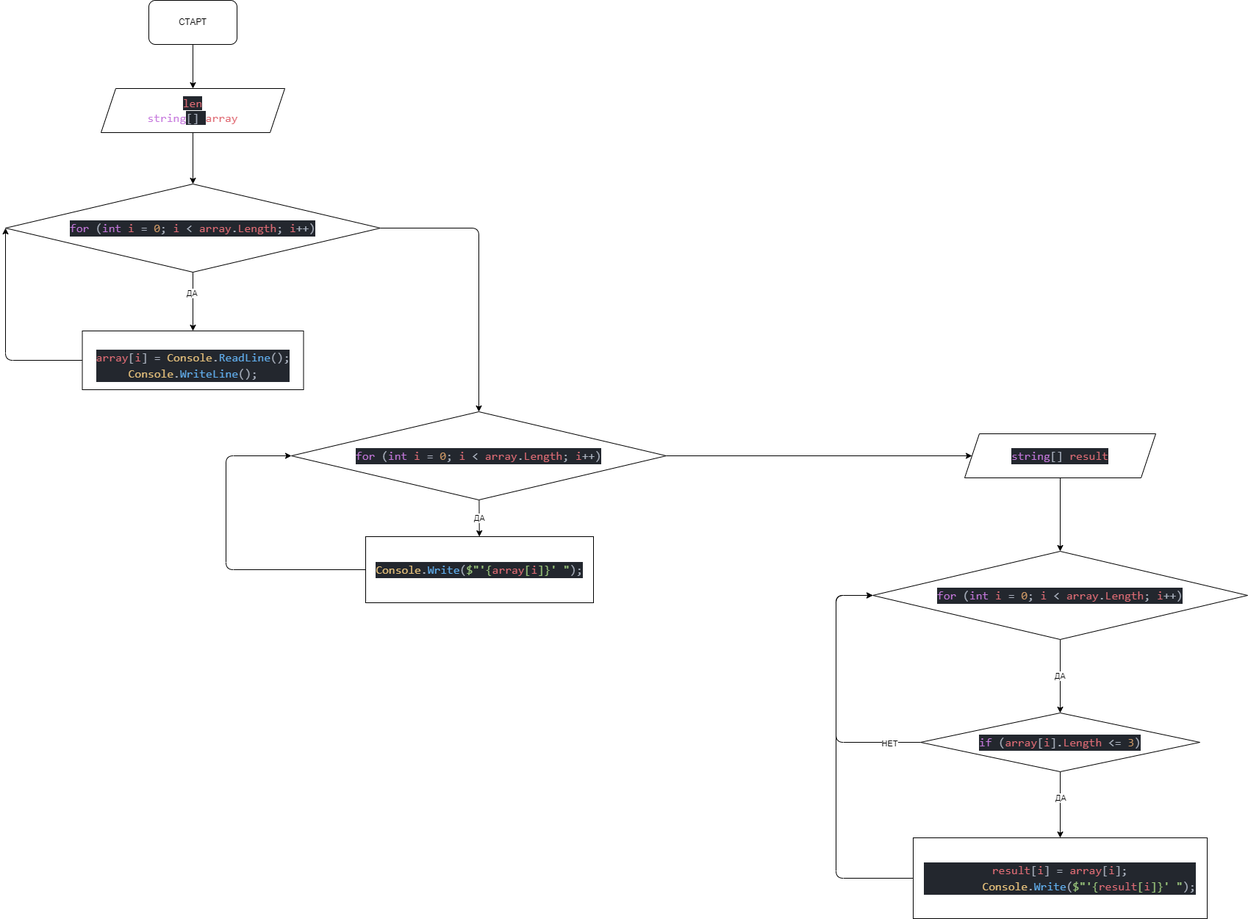
newpaperru/SpecialTask keeps this draw.io diagram as task.drawio.png. Above is the earlier version. Source tidied: cells renumbered, new cells last; positions are measured from the earlier drawing's top-left corner, leaving out a move shared by most shapes.
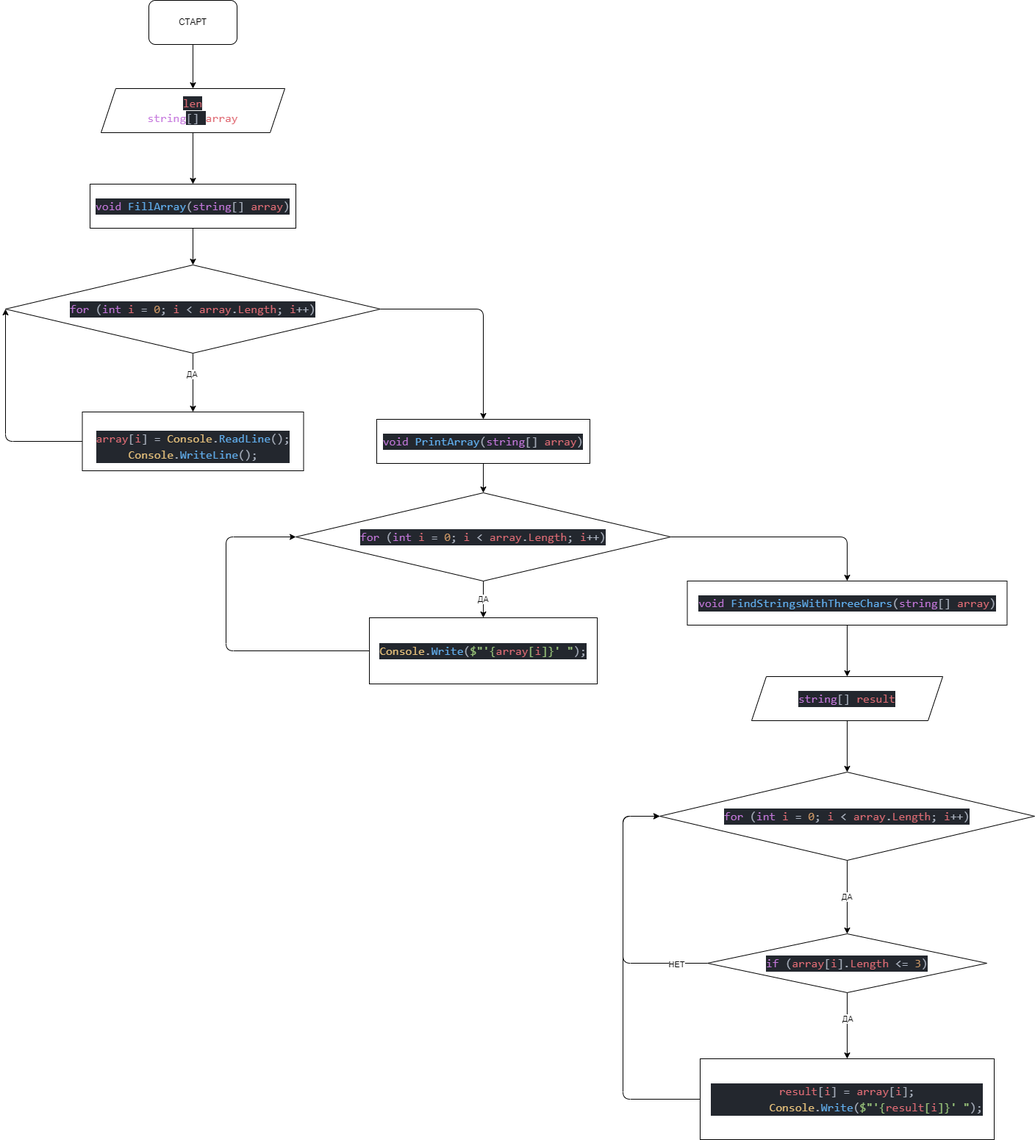
After the change.

Commit message:
Обновил блок-схему

Diff of the diagram source:
```diff
@@ -19,32 +19,36 @@
     <mxCell id="6" style="edgeStyle=none;html=1;entryX=0;entryY=0.5;entryDx=0;entryDy=0;" parent="1" edge="1" source="7" target="16">
       <mxGeometry relative="1" as="geometry">
         <Array as="points">
-          <mxPoint y="490" />
+          <mxPoint y="600" />
         </Array>
       </mxGeometry>
     </mxCell>
     <mxCell id="7" value="&lt;br&gt;&lt;br&gt;&lt;div style=&quot;color: rgb(171 , 178 , 191) ; background-color: rgb(35 , 39 , 46) ; font-family: &amp;#34;consolas&amp;#34; , &amp;#34;courier new&amp;#34; , monospace ; font-weight: normal ; font-size: 16px ; line-height: 22px&quot;&gt;&lt;div&gt;&lt;span style=&quot;color: #e06c75&quot;&gt;array&lt;/span&gt;&lt;span style=&quot;color: #abb2bf&quot;&gt;[&lt;/span&gt;&lt;span style=&quot;color: #e06c75&quot;&gt;i&lt;/span&gt;&lt;span style=&quot;color: #abb2bf&quot;&gt;] &lt;/span&gt;&lt;span style=&quot;color: #abb2bf&quot;&gt;=&lt;/span&gt;&lt;span style=&quot;color: #abb2bf&quot;&gt; &lt;/span&gt;&lt;span style=&quot;color: #e5c07b&quot;&gt;Console&lt;/span&gt;&lt;span style=&quot;color: #abb2bf&quot;&gt;.&lt;/span&gt;&lt;span style=&quot;color: #61afef&quot;&gt;ReadLine&lt;/span&gt;&lt;span style=&quot;color: #abb2bf&quot;&gt;();&lt;/span&gt;&lt;/div&gt;&lt;div&gt;&lt;div style=&quot;font-family: &amp;#34;consolas&amp;#34; , &amp;#34;courier new&amp;#34; , monospace ; line-height: 22px&quot;&gt;&lt;span style=&quot;color: #e5c07b&quot;&gt;Console&lt;/span&gt;.&lt;span style=&quot;color: #61afef&quot;&gt;WriteLine&lt;/span&gt;();&lt;/div&gt;&lt;/div&gt;&lt;/div&gt;&lt;br&gt;" style="rounded=0;whiteSpace=wrap;html=1;" parent="1" vertex="1">
-      <mxGeometry x="104.5" y="450" width="301" height="80" as="geometry" />
+      <mxGeometry x="104.5" y="560" width="301" height="80" as="geometry" />
     </mxCell>
     <mxCell id="8" value="ДА" style="edgeStyle=none;html=1;" parent="1" edge="1" source="10" target="12">
       <mxGeometry relative="1" as="geometry" />
     </mxCell>
-    <mxCell id="9" style="edgeStyle=none;html=1;entryX=0;entryY=0.5;entryDx=0;entryDy=0;" parent="1" edge="1" source="10" target="18">
-      <mxGeometry relative="1" as="geometry" />
+    <mxCell id="9" style="edgeStyle=none;html=1;entryX=0.5;entryY=0;entryDx=0;entryDy=0;exitX=1;exitY=0.5;exitDx=0;exitDy=0;" parent="1" edge="1" source="10" target="33">
+      <mxGeometry relative="1" as="geometry">
+        <Array as="points">
+          <mxPoint x="1145" y="730" />
+        </Array>
+      </mxGeometry>
     </mxCell>
     <mxCell id="10" value="&lt;div style=&quot;color: rgb(171 , 178 , 191) ; background-color: rgb(35 , 39 , 46) ; font-family: &amp;#34;consolas&amp;#34; , &amp;#34;courier new&amp;#34; , monospace ; font-size: 16px ; line-height: 22px&quot;&gt;&lt;span style=&quot;color: #c678dd&quot;&gt;for&lt;/span&gt; (&lt;span style=&quot;color: #c678dd&quot;&gt;int&lt;/span&gt; &lt;span style=&quot;color: #e06c75&quot;&gt;i&lt;/span&gt; = &lt;span style=&quot;color: #d19a66&quot;&gt;0&lt;/span&gt;; &lt;span style=&quot;color: #e06c75&quot;&gt;i&lt;/span&gt; &amp;lt; &lt;span style=&quot;color: #e06c75&quot;&gt;array&lt;/span&gt;.&lt;span style=&quot;color: #e06c75&quot;&gt;Length&lt;/span&gt;; &lt;span style=&quot;color: #e06c75&quot;&gt;i&lt;/span&gt;++)&lt;/div&gt;" style="rhombus;whiteSpace=wrap;html=1;rounded=0;" parent="1" vertex="1">
-      <mxGeometry x="389" y="560" width="510" height="120" as="geometry" />
+      <mxGeometry x="395" y="670" width="510" height="120" as="geometry" />
     </mxCell>
     <mxCell id="11" style="edgeStyle=none;html=1;entryX=0;entryY=0.5;entryDx=0;entryDy=0;" parent="1" edge="1" source="12" target="10">
       <mxGeometry relative="1" as="geometry">
         <Array as="points">
-          <mxPoint x="300" y="775" />
-          <mxPoint x="300" y="620" />
+          <mxPoint x="300" y="885" />
+          <mxPoint x="300" y="730" />
         </Array>
       </mxGeometry>
     </mxCell>
     <mxCell id="12" value="&lt;div style=&quot;color: rgb(171 , 178 , 191) ; background-color: rgb(35 , 39 , 46) ; font-family: &amp;#34;consolas&amp;#34; , &amp;#34;courier new&amp;#34; , monospace ; font-size: 16px ; line-height: 22px&quot;&gt;&lt;span style=&quot;color: #e5c07b&quot;&gt;Console&lt;/span&gt;.&lt;span style=&quot;color: #61afef&quot;&gt;Write&lt;/span&gt;(&lt;span style=&quot;color: #98c379&quot;&gt;$&quot;&lt;/span&gt;&lt;span style=&quot;color: #98c379&quot;&gt;'&lt;/span&gt;&lt;span style=&quot;color: #98c379&quot;&gt;{&lt;/span&gt;&lt;span style=&quot;color: #e06c75&quot;&gt;array&lt;/span&gt;&lt;span style=&quot;color: #98c379&quot;&gt;[&lt;/span&gt;&lt;span style=&quot;color: #e06c75&quot;&gt;i&lt;/span&gt;&lt;span style=&quot;color: #98c379&quot;&gt;]}&lt;/span&gt;&lt;span style=&quot;color: #98c379&quot;&gt;' &lt;/span&gt;&lt;span style=&quot;color: #98c379&quot;&gt;&quot;&lt;/span&gt;);&lt;/div&gt;" style="whiteSpace=wrap;html=1;rounded=0;" parent="1" vertex="1">
-      <mxGeometry x="490" y="730" width="310" height="90" as="geometry" />
+      <mxGeometry x="495" y="840" width="310" height="90" as="geometry" />
     </mxCell>
     <mxCell id="13" style="edgeStyle=none;html=1;entryX=0.5;entryY=0;entryDx=0;entryDy=0;" parent="1" edge="1" source="16" target="7">
       <mxGeometry relative="1" as="geometry" />
@@ -52,27 +56,28 @@
     <mxCell id="14" value="ДА" style="edgeLabel;html=1;align=center;verticalAlign=middle;" parent="13" vertex="1">
       <mxGeometry x="-0.3" y="-2" relative="1" as="geometry" />
     </mxCell>
-    <mxCell id="15" style="edgeStyle=none;html=1;entryX=0.5;entryY=0;entryDx=0;entryDy=0;" parent="1" edge="1" source="16" target="10">
+    <mxCell id="15" style="edgeStyle=none;html=1;" parent="1" edge="1" source="16">
       <mxGeometry relative="1" as="geometry">
+        <mxPoint x="650" y="570" as="targetPoint" />
         <Array as="points">
-          <mxPoint x="644" y="310" />
+          <mxPoint x="650" y="420" />
         </Array>
       </mxGeometry>
     </mxCell>
     <mxCell id="16" value="&lt;div style=&quot;color: rgb(171 , 178 , 191) ; background-color: rgb(35 , 39 , 46) ; font-family: &amp;#34;consolas&amp;#34; , &amp;#34;courier new&amp;#34; , monospace ; font-size: 16px ; line-height: 22px&quot;&gt;&lt;span style=&quot;color: #c678dd&quot;&gt;for&lt;/span&gt; (&lt;span style=&quot;color: #c678dd&quot;&gt;int&lt;/span&gt; &lt;span style=&quot;color: #e06c75&quot;&gt;i&lt;/span&gt; = &lt;span style=&quot;color: #d19a66&quot;&gt;0&lt;/span&gt;; &lt;span style=&quot;color: #e06c75&quot;&gt;i&lt;/span&gt; &amp;lt; &lt;span style=&quot;color: #e06c75&quot;&gt;array&lt;/span&gt;.&lt;span style=&quot;color: #e06c75&quot;&gt;Length&lt;/span&gt;; &lt;span style=&quot;color: #e06c75&quot;&gt;i&lt;/span&gt;++)&lt;/div&gt;" style="rhombus;whiteSpace=wrap;html=1;rounded=0;" parent="1" vertex="1">
-      <mxGeometry y="250" width="510" height="120" as="geometry" />
+      <mxGeometry y="360" width="510" height="120" as="geometry" />
     </mxCell>
     <mxCell id="17" style="edgeStyle=none;html=1;entryX=0.5;entryY=0;entryDx=0;entryDy=0;" parent="1" edge="1" source="18" target="20">
       <mxGeometry relative="1" as="geometry" />
     </mxCell>
     <mxCell id="18" value="&lt;div style=&quot;color: rgb(171 , 178 , 191) ; background-color: rgb(35 , 39 , 46) ; font-family: &amp;#34;consolas&amp;#34; , &amp;#34;courier new&amp;#34; , monospace ; font-size: 16px ; line-height: 22px&quot;&gt;&lt;span style=&quot;color: #c678dd&quot;&gt;string&lt;/span&gt;[] &lt;span style=&quot;color: #e06c75&quot;&gt;result&lt;/span&gt;&lt;/div&gt;" style="shape=parallelogram;perimeter=parallelogramPerimeter;whiteSpace=wrap;html=1;fixedSize=1;" parent="1" vertex="1">
-      <mxGeometry x="1305" y="590" width="260" height="60" as="geometry" />
+      <mxGeometry x="1015" y="920" width="260" height="60" as="geometry" />
     </mxCell>
     <mxCell id="19" value="ДА&lt;br&gt;" style="edgeStyle=none;html=1;" parent="1" edge="1" source="20" target="25">
       <mxGeometry relative="1" as="geometry" />
     </mxCell>
     <mxCell id="20" value="&lt;div style=&quot;color: rgb(171 , 178 , 191) ; background-color: rgb(35 , 39 , 46) ; font-family: &amp;#34;consolas&amp;#34; , &amp;#34;courier new&amp;#34; , monospace ; font-size: 16px ; line-height: 22px&quot;&gt;&lt;span style=&quot;color: #c678dd&quot;&gt;for&lt;/span&gt; (&lt;span style=&quot;color: #c678dd&quot;&gt;int&lt;/span&gt; &lt;span style=&quot;color: #e06c75&quot;&gt;i&lt;/span&gt; = &lt;span style=&quot;color: #d19a66&quot;&gt;0&lt;/span&gt;; &lt;span style=&quot;color: #e06c75&quot;&gt;i&lt;/span&gt; &amp;lt; &lt;span style=&quot;color: #e06c75&quot;&gt;array&lt;/span&gt;.&lt;span style=&quot;color: #e06c75&quot;&gt;Length&lt;/span&gt;; &lt;span style=&quot;color: #e06c75&quot;&gt;i&lt;/span&gt;++)&lt;/div&gt;" style="rhombus;whiteSpace=wrap;html=1;rounded=0;" parent="1" vertex="1">
-      <mxGeometry x="1180" y="750" width="510" height="120" as="geometry" />
+      <mxGeometry x="890" y="1050" width="510" height="120" as="geometry" />
     </mxCell>
     <mxCell id="21" style="edgeStyle=none;html=1;" parent="1" edge="1" source="25" target="27">
       <mxGeometry relative="1" as="geometry" />
@@ -83,8 +88,8 @@
     <mxCell id="23" style="edgeStyle=none;html=1;entryX=0;entryY=0.5;entryDx=0;entryDy=0;exitX=0;exitY=0.5;exitDx=0;exitDy=0;" parent="1" edge="1" source="25" target="20">
       <mxGeometry relative="1" as="geometry">
         <Array as="points">
-          <mxPoint x="1130" y="1010" />
-          <mxPoint x="1130" y="810" />
+          <mxPoint x="840" y="1310" />
+          <mxPoint x="840" y="1110" />
         </Array>
       </mxGeometry>
     </mxCell>
@@ -92,18 +97,36 @@
       <mxGeometry x="-0.76" y="1" relative="1" as="geometry" />
     </mxCell>
     <mxCell id="25" value="&#10;&#10;&lt;div style=&quot;color: rgb(171, 178, 191); background-color: rgb(35, 39, 46); font-family: consolas, &amp;quot;courier new&amp;quot;, monospace; font-weight: normal; font-size: 16px; line-height: 22px;&quot;&gt;&lt;div&gt;&lt;span style=&quot;color: #c678dd&quot;&gt;if&lt;/span&gt;&lt;span style=&quot;color: #abb2bf&quot;&gt; (&lt;/span&gt;&lt;span style=&quot;color: #e06c75&quot;&gt;array&lt;/span&gt;&lt;span style=&quot;color: #abb2bf&quot;&gt;[&lt;/span&gt;&lt;span style=&quot;color: #e06c75&quot;&gt;i&lt;/span&gt;&lt;span style=&quot;color: #abb2bf&quot;&gt;]&lt;/span&gt;&lt;span style=&quot;color: #abb2bf&quot;&gt;.&lt;/span&gt;&lt;span style=&quot;color: #e06c75&quot;&gt;Length&lt;/span&gt;&lt;span style=&quot;color: #abb2bf&quot;&gt; &lt;/span&gt;&lt;span style=&quot;color: #abb2bf&quot;&gt;&amp;lt;=&lt;/span&gt;&lt;span style=&quot;color: #abb2bf&quot;&gt; &lt;/span&gt;&lt;span style=&quot;color: #d19a66&quot;&gt;3&lt;/span&gt;&lt;span style=&quot;color: #abb2bf&quot;&gt;)&lt;/span&gt;&lt;/div&gt;&lt;/div&gt;&#10;&#10;" style="rhombus;whiteSpace=wrap;html=1;rounded=0;" parent="1" vertex="1">
-      <mxGeometry x="1245" y="970" width="380" height="80" as="geometry" />
+      <mxGeometry x="955" y="1270" width="380" height="80" as="geometry" />
     </mxCell>
     <mxCell id="26" style="edgeStyle=none;html=1;entryX=0;entryY=0.5;entryDx=0;entryDy=0;exitX=0;exitY=0.5;exitDx=0;exitDy=0;" parent="1" edge="1" source="27" target="20">
       <mxGeometry relative="1" as="geometry">
         <Array as="points">
-          <mxPoint x="1130" y="1195" />
-          <mxPoint x="1130" y="810" />
+          <mxPoint x="840" y="1495" />
+          <mxPoint x="840" y="1110" />
         </Array>
       </mxGeometry>
     </mxCell>
     <mxCell id="27" value="&lt;div style=&quot;color: rgb(171 , 178 , 191) ; background-color: rgb(35 , 39 , 46) ; font-family: &amp;#34;consolas&amp;#34; , &amp;#34;courier new&amp;#34; , monospace ; font-size: 16px ; line-height: 22px&quot;&gt;&lt;div&gt;&lt;span style=&quot;color: #e06c75&quot;&gt;result&lt;/span&gt;[&lt;span style=&quot;color: #e06c75&quot;&gt;i&lt;/span&gt;] = &lt;span style=&quot;color: #e06c75&quot;&gt;array&lt;/span&gt;[&lt;span style=&quot;color: #e06c75&quot;&gt;i&lt;/span&gt;];&lt;/div&gt;&lt;div&gt;&amp;nbsp; &amp;nbsp; &amp;nbsp; &amp;nbsp; &amp;nbsp;&lt;span style=&quot;color: #e5c07b&quot;&gt;Console&lt;/span&gt;.&lt;span style=&quot;color: #61afef&quot;&gt;Write&lt;/span&gt;(&lt;span style=&quot;color: #98c379&quot;&gt;$&quot;&lt;/span&gt;&lt;span style=&quot;color: #98c379&quot;&gt;'&lt;/span&gt;&lt;span style=&quot;color: #98c379&quot;&gt;{&lt;/span&gt;&lt;span style=&quot;color: #e06c75&quot;&gt;result&lt;/span&gt;&lt;span style=&quot;color: #98c379&quot;&gt;[&lt;/span&gt;&lt;span style=&quot;color: #e06c75&quot;&gt;i&lt;/span&gt;&lt;span style=&quot;color: #98c379&quot;&gt;]}&lt;/span&gt;&lt;span style=&quot;color: #98c379&quot;&gt;' &lt;/span&gt;&lt;span style=&quot;color: #98c379&quot;&gt;&quot;&lt;/span&gt;);&lt;/div&gt;&lt;/div&gt;" style="whiteSpace=wrap;html=1;rounded=0;" parent="1" vertex="1">
-      <mxGeometry x="1235" y="1140" width="400" height="110" as="geometry" />
+      <mxGeometry x="945" y="1440" width="400" height="110" as="geometry" />
     </mxCell>
+    <mxCell id="28" style="edgeStyle=none;html=1;entryX=0.5;entryY=0;entryDx=0;entryDy=0;" parent="1" edge="1" source="29" target="16">
+      <mxGeometry relative="1" as="geometry" />
+    </mxCell>
+    <mxCell id="29" value="&lt;div style=&quot;color: rgb(171 , 178 , 191) ; background-color: rgb(35 , 39 , 46) ; font-family: &amp;#34;consolas&amp;#34; , &amp;#34;courier new&amp;#34; , monospace ; font-size: 16px ; line-height: 22px&quot;&gt;&lt;span style=&quot;color: #c678dd&quot;&gt;void&lt;/span&gt; &lt;span style=&quot;color: #61afef&quot;&gt;FillArray&lt;/span&gt;(&lt;span style=&quot;color: #c678dd&quot;&gt;string&lt;/span&gt;[] &lt;span style=&quot;color: #e06c75&quot;&gt;array&lt;/span&gt;)&lt;/div&gt;" style="rounded=0;whiteSpace=wrap;html=1;" parent="1" vertex="1">
+      <mxGeometry x="115" y="250" width="280" height="60" as="geometry" />
+    </mxCell>
+    <mxCell id="30" style="edgeStyle=none;html=1;entryX=0.5;entryY=0;entryDx=0;entryDy=0;" parent="1" edge="1" source="31" target="10">
+      <mxGeometry relative="1" as="geometry" />
+    </mxCell>
+    <mxCell id="31" value="&lt;div style=&quot;color: rgb(171 , 178 , 191) ; background-color: rgb(35 , 39 , 46) ; font-family: &amp;#34;consolas&amp;#34; , &amp;#34;courier new&amp;#34; , monospace ; font-size: 16px ; line-height: 22px&quot;&gt;&lt;span style=&quot;color: #c678dd&quot;&gt;void&lt;/span&gt; &lt;span style=&quot;color: #61afef&quot;&gt;PrintArray&lt;/span&gt;(&lt;span style=&quot;color: #c678dd&quot;&gt;string&lt;/span&gt;[] &lt;span style=&quot;color: #e06c75&quot;&gt;array&lt;/span&gt;)&lt;/div&gt;" style="rounded=0;whiteSpace=wrap;html=1;" parent="1" vertex="1">
+      <mxGeometry x="505" y="570" width="290" height="60" as="geometry" />
+    </mxCell>
+    <mxCell id="32" style="edgeStyle=none;html=1;entryX=0.5;entryY=0;entryDx=0;entryDy=0;" parent="1" edge="1" source="33" target="18">
+      <mxGeometry relative="1" as="geometry" />
+    </mxCell>
+    <mxCell id="33" value="&lt;div style=&quot;color: rgb(171 , 178 , 191) ; background-color: rgb(35 , 39 , 46) ; font-family: &amp;#34;consolas&amp;#34; , &amp;#34;courier new&amp;#34; , monospace ; font-size: 16px ; line-height: 22px&quot;&gt;&lt;span style=&quot;color: #c678dd&quot;&gt;void&lt;/span&gt; &lt;span style=&quot;color: #61afef&quot;&gt;FindStringsWithThreeChars&lt;/span&gt;(&lt;span style=&quot;color: #c678dd&quot;&gt;string&lt;/span&gt;[] &lt;span style=&quot;color: #e06c75&quot;&gt;array&lt;/span&gt;)&lt;/div&gt;" style="rounded=0;whiteSpace=wrap;html=1;" parent="1" vertex="1">
+      <mxGeometry x="927.5" y="790" width="435" height="60" as="geometry" />
+    </mxCell>
   </root>
 </mxGraphModel>
```
